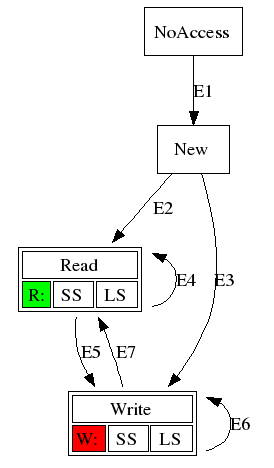
This is msm/prop1.png from spurious/ThreadSanitizer-mirror, a Graphviz export, as it was before one commit. Its source is kept beside it as msm/prop1.dot. The source it was exported from:
```dot
digraph prop1 {
   NoAccess [shape=rectangle label="NoAccess"];
   New   [shape=rectangle label="New"];

   Read  [shape=plaintext label=<<TABLE BGCOLOR="white"> <tr>
        <td colspan="3">Read</td>
      </tr> <tr>
        <td bgcolor="green">R:</td>
        <td> SS </td>
        <td> LS </td>
      </tr> </TABLE>>
    ]

   Write  [shape=plaintext label=<<TABLE BGCOLOR="white"> <tr>
        <td colspan="3">Write</td>
      </tr> <tr>
        <td bgcolor="red">W:</td>
        <td> SS </td>
        <td> LS </td>
      </tr> </TABLE>>
    ]


   NoAccess -> New    [label="E1"];
   New      -> Read   [label="E2"];
   New      -> Write  [label="E3"];
   Read     -> Read   [label="E4"];
   Read     -> Write  [label="E5"];
   Write    -> Write  [label="E6"];
   Write    -> Read   [label="E7"];
}
```
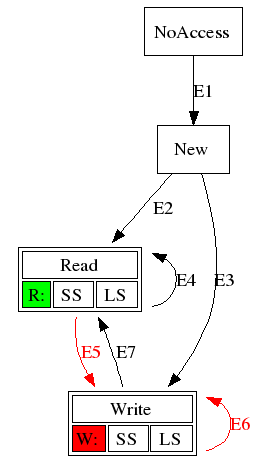
Above is the later version.

Commit message:
git-svn-id: http://data-race-test.googlecode.com/svn/trunk@77 93a3164d-3a44-0410-8ae5-4baa038b0729

Diff of the diagram source:
```diff
@@ -25,7 +25,7 @@
    New      -> Read   [label="E2"];
    New      -> Write  [label="E3"];
    Read     -> Read   [label="E4"];
-   Read     -> Write  [label="E5"];
-   Write    -> Write  [label="E6"];
+   Read     -> Write  [label="E5" color="red" fontcolor="red"];
+   Write    -> Write  [label="E6" color="red" fontcolor="red"];
    Write    -> Read   [label="E7"];
 }
```
